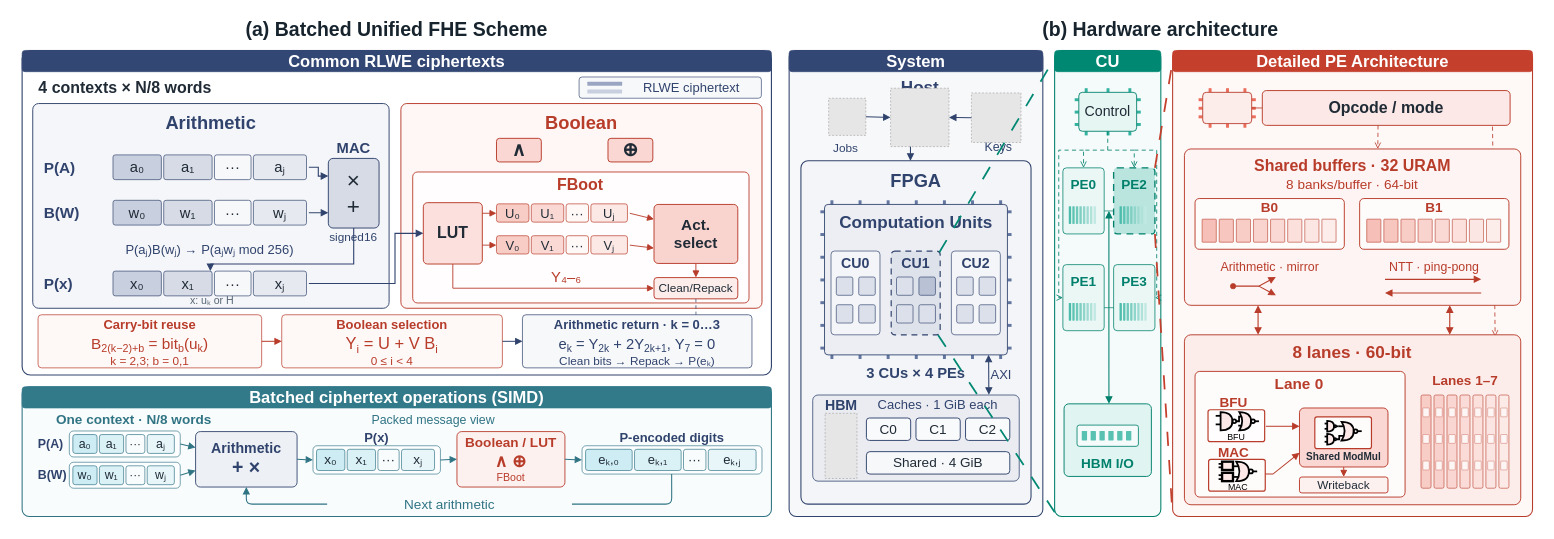
This is all/DAC2026/CONVOY_Fig1.drawio from ZKY6662017/iodraw-files, a draw.io file, before an edit. Source tidied: cells renumbered, new cells numbered last; positions are measured from the earlier drawing's top-left corner, leaving out a move shared by most shapes. Both pictures are drawn from the tidied source at 59%, with x=0, y=0 at pixel (10, 10). Pictures stored in the file or linked from it are replaced by grey dashed boxes.
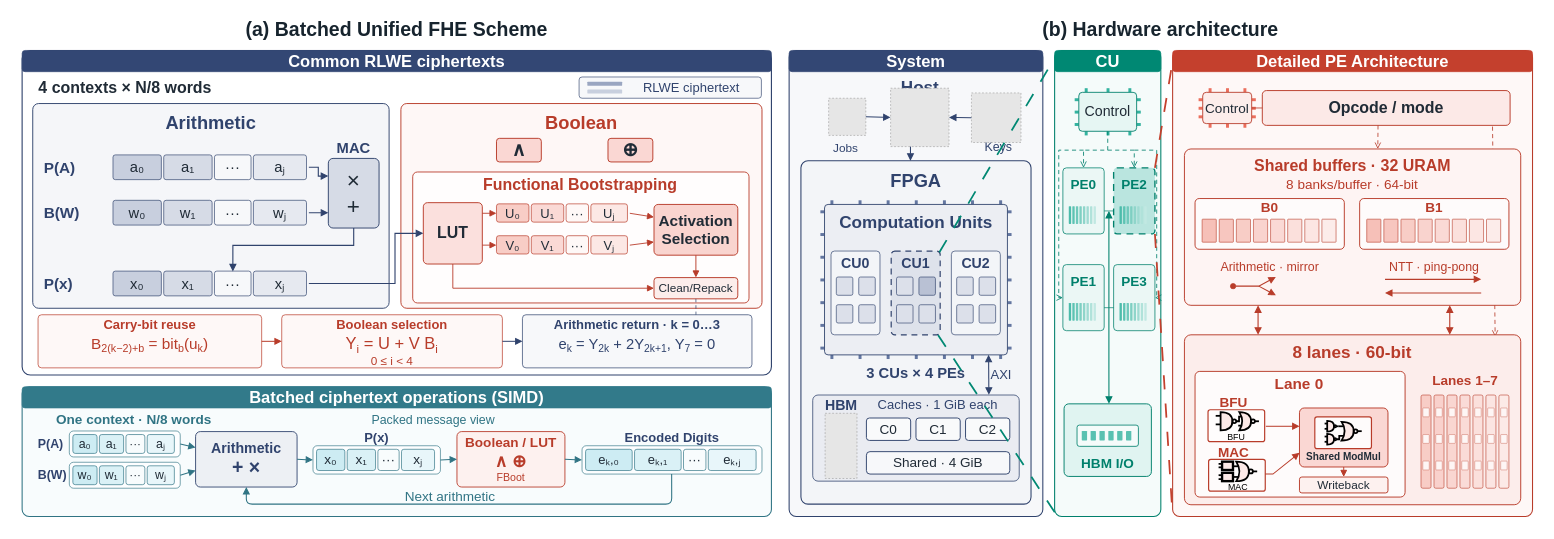
The same page after the edit.

Unchanged cells that the change refers to:
```xml
<mxCell id="22" value="&lt;div style=&quot;font-family:Arial;font-size:38px;line-height:44.839999999999996px;font-weight:400;color:#202B36;white-space:nowrap&quot;&gt;×&lt;/div&gt;&lt;div style=&quot;font-family:Arial;font-size:38px;line-height:44.839999999999996px;font-weight:400;color:#202B36;white-space:nowrap&quot;&gt;+&lt;/div&gt;" style="shape=rectangle;rounded=1;absoluteArcSize=1;arcSize=16;fillColor=#D6DBE6;strokeColor=#30436D;strokeWidth=1.6;html=1;whiteSpace=wrap;fontFamily=Arial;fontSize=23;fontColor=#202B36;align=center;verticalAlign=middle;spacing=0;spacingLeft=5;spacingRight=5;shadow=0;glass=0;gradientColor=none;overflow=visible;" parent="4" vertex="1">
  <mxGeometry x="539" y="251" width="86" height="118" as="geometry" />
</mxCell>
<mxCell id="29" style="shape=rectangle;rounded=0;absoluteArcSize=1;arcSize=0;fillColor=none;strokeColor=none;strokeWidth=1.6;html=1;whiteSpace=wrap;fontFamily=Arial;fontSize=23;fontColor=#202B36;align=center;verticalAlign=middle;spacing=0;spacingLeft=5;spacingRight=5;shadow=0;glass=0;gradientColor=none;overflow=visible;" parent="4" vertex="1">
  <mxGeometry x="174" y="442" width="332" height="42" as="geometry" />
</mxCell>
```

What changed in the source:
```diff
@@
-    <mxCell id="24" value="&lt;div style=&quot;font-family:Arial;font-size:20px;line-height:23.599999999999998px;font-weight:400;color:#30436D;white-space:nowrap&quot;&gt;signed16&lt;/div&gt;" style="shape=rectangle;rounded=0;absoluteArcSize=1;arcSize=0;fillColor=none;strokeColor=none;strokeWidth=0;html=1;whiteSpace=wrap;fontFamily=Arial;fontSize=23;fontColor=#202B36;align=center;verticalAlign=middle;spacing=0;spacingLeft=5;spacingRight=5;shadow=0;glass=0;gradientColor=none;overflow=visible;" parent="4" vertex="1">
+    <mxCell id="24" value="&lt;div style=&quot;font-family: Arial; font-size: 20px; line-height: 23.6px; font-weight: 400; color: rgb(48, 67, 109); white-space: nowrap;&quot;&gt;&lt;br&gt;&lt;/div&gt;" style="shape=rectangle;rounded=0;absoluteArcSize=1;arcSize=0;fillColor=none;strokeColor=none;strokeWidth=0;html=1;whiteSpace=wrap;fontFamily=Arial;fontSize=23;fontColor=#202B36;align=center;verticalAlign=middle;spacing=0;spacingLeft=5;spacingRight=5;shadow=0;glass=0;gradientColor=none;overflow=visible;" parent="4" vertex="1">
       <mxGeometry x="531" y="371" width="101" height="25" as="geometry" />
     </mxCell>
@@
-    <mxCell id="27" value="&lt;div style=&quot;font-family:Arial;font-size:22px;line-height:25.959999999999997px;font-weight:400;color:#30436D;white-space:nowrap&quot;&gt;P(aⱼ)B(wⱼ) → P(aⱼwⱼ mod 256)&lt;/div&gt;" style="shape=rectangle;rounded=0;absoluteArcSize=1;arcSize=0;fillColor=none;strokeColor=none;strokeWidth=0;html=1;whiteSpace=wrap;fontFamily=Arial;fontSize=23;fontColor=#202B36;align=center;verticalAlign=middle;spacing=0;spacingLeft=5;spacingRight=5;shadow=0;glass=0;gradientColor=none;overflow=visible;" parent="4" vertex="1">
+    <mxCell id="27" value="&lt;div style=&quot;font-family: Arial; font-size: 22px; line-height: 25.96px; font-weight: 400; color: rgb(48, 67, 109); white-space: nowrap;&quot;&gt;&lt;br&gt;&lt;/div&gt;" style="shape=rectangle;rounded=0;absoluteArcSize=1;arcSize=0;fillColor=none;strokeColor=none;strokeWidth=0;html=1;whiteSpace=wrap;fontFamily=Arial;fontSize=23;fontColor=#202B36;align=center;verticalAlign=middle;spacing=0;spacingLeft=5;spacingRight=5;shadow=0;glass=0;gradientColor=none;overflow=visible;" parent="4" vertex="1">
       <mxGeometry x="49" y="391" width="578" height="28" as="geometry" />
     </mxCell>
@@
-    <mxCell id="34" value="&lt;div style=&quot;font-family:Arial;font-size:18px;line-height:21.24px;font-weight:400;color:#566574;white-space:nowrap&quot;&gt;x: uₖ or H&lt;/div&gt;" style="shape=rectangle;rounded=0;absoluteArcSize=1;arcSize=0;fillColor=none;strokeColor=none;strokeWidth=0;html=1;whiteSpace=wrap;fontFamily=Arial;fontSize=23;fontColor=#202B36;align=center;verticalAlign=middle;spacing=0;spacingLeft=5;spacingRight=5;shadow=0;glass=0;gradientColor=none;overflow=visible;" parent="4" vertex="1">
+    <mxCell id="34" value="&lt;div style=&quot;font-family: Arial; font-size: 18px; line-height: 21.24px; font-weight: 400; color: rgb(86, 101, 116); white-space: nowrap;&quot;&gt;&lt;br&gt;&lt;/div&gt;" style="shape=rectangle;rounded=0;absoluteArcSize=1;arcSize=0;fillColor=none;strokeColor=none;strokeWidth=0;html=1;whiteSpace=wrap;fontFamily=Arial;fontSize=23;fontColor=#202B36;align=center;verticalAlign=middle;spacing=0;spacingLeft=5;spacingRight=5;shadow=0;glass=0;gradientColor=none;overflow=visible;" parent="4" vertex="1">
       <mxGeometry x="192" y="482" width="300" height="21" as="geometry" />
     </mxCell>
-    <mxCell id="35" style="edgeStyle=none;html=1;rounded=0;curved=0;strokeColor=#30436D;strokeWidth=1.9;endArrow=block;startArrow=none;endFill=1;startFill=1;endSize=8;startSize=8;jumpStyle=none;exitX=0.5;exitY=1;exitPerimeter=0;entryX=0.497;entryY=0;entryPerimeter=0;" parent="4" edge="1" source="22" target="29">
-      <mxGeometry relative="1" as="geometry">
+    <mxCell id="35" style="edgeStyle=none;html=1;rounded=0;curved=0;strokeColor=#30436D;strokeWidth=1.9;endArrow=block;startArrow=none;endFill=1;startFill=1;endSize=8;startSize=8;jumpStyle=none;exitX=0.5;exitY=1;exitPerimeter=0;entryX=0.612;entryY=0.015;entryPerimeter=0;entryDx=0;entryDy=0;" parent="4" edge="1" source="22" target="29">
+      <mxGeometry x="0.21" relative="1" as="geometry">
         <Array as="points">
-          <mxPoint x="582" y="430" />
-          <mxPoint x="339" y="430" />
+          <mxPoint x="582" y="398.4" />
+          <mxPoint x="377.2" y="398.4" />
         </Array>
       </mxGeometry>
     </mxCell>
@@
-    <mxCell id="41" value="&lt;div style=&quot;font-family:Arial;font-size:27px;line-height:31.86px;font-weight:700;color:#B83C2A;white-space:nowrap&quot;&gt;FBoot&lt;/div&gt;" style="shape=rectangle;rounded=0;absoluteArcSize=1;arcSize=0;fillColor=none;strokeColor=none;strokeWidth=0;html=1;whiteSpace=wrap;fontFamily=Arial;fontSize=23;fontColor=#202B36;align=center;verticalAlign=middle;spacing=0;spacingLeft=5;spacingRight=5;shadow=0;glass=0;gradientColor=none;overflow=visible;" parent="4" vertex="1">
+    <mxCell id="41" value="&lt;div style=&quot;font-family: Arial; font-size: 27px; line-height: 31.86px; font-weight: 700; color: rgb(184, 60, 42); white-space: nowrap;&quot;&gt;Functional Bootstrapping&lt;/div&gt;" style="shape=rectangle;rounded=0;absoluteArcSize=1;arcSize=0;fillColor=none;strokeColor=none;strokeWidth=0;html=1;whiteSpace=wrap;fontFamily=Arial;fontSize=23;fontColor=#202B36;align=center;verticalAlign=middle;spacing=0;spacingLeft=5;spacingRight=5;shadow=0;glass=0;gradientColor=none;overflow=visible;" parent="4" vertex="1">
       <mxGeometry x="696" y="281" width="540" height="29" as="geometry" />
     </mxCell>
@@
-    <mxCell id="56" value="&lt;div style=&quot;font-family:Arial;font-size:26px;line-height:30.68px;font-weight:700;color:#202B36;white-space:nowrap&quot;&gt;Act.&lt;/div&gt;&lt;div style=&quot;font-family:Arial;font-size:26px;line-height:30.68px;font-weight:700;color:#202B36;white-space:nowrap&quot;&gt;select&lt;/div&gt;" style="shape=rectangle;rounded=1;absoluteArcSize=1;arcSize=14;fillColor=#F9D4CF;strokeColor=#B83C2A;strokeWidth=1.6;html=1;whiteSpace=wrap;fontFamily=Arial;fontSize=23;fontColor=#202B36;align=center;verticalAlign=middle;spacing=0;spacingLeft=5;spacingRight=5;shadow=0;glass=0;gradientColor=none;overflow=visible;" parent="4" vertex="1">
-      <mxGeometry x="1091" y="329" width="142" height="100" as="geometry" />
+    <mxCell id="56" value="&lt;div style=&quot;font-family: Arial; font-size: 26px; line-height: 30.68px; font-weight: 700; color: rgb(32, 43, 54); white-space: nowrap;&quot;&gt;Activation&lt;/div&gt;&lt;div style=&quot;font-family: Arial; font-size: 26px; line-height: 30.68px; font-weight: 700; color: rgb(32, 43, 54); white-space: nowrap;&quot;&gt;Selection&lt;/div&gt;" style="shape=rectangle;rounded=1;absoluteArcSize=1;arcSize=14;fillColor=#F9D4CF;strokeColor=#B83C2A;strokeWidth=1.6;html=1;whiteSpace=wrap;fontFamily=Arial;fontSize=23;fontColor=#202B36;align=center;verticalAlign=middle;spacing=0;spacingLeft=5;spacingRight=5;shadow=0;glass=0;gradientColor=none;overflow=visible;" parent="4" vertex="1">
+      <mxGeometry x="1091" y="329" width="142" height="86" as="geometry" />
     </mxCell>
@@
-    <mxCell id="62" value="&lt;div style=&quot;font-family:Arial;font-size:25px;line-height:29.5px;font-weight:400;color:#B83C2A;white-space:nowrap&quot;&gt;Y₄–₆&lt;/div&gt;" style="shape=rectangle;rounded=0;absoluteArcSize=1;arcSize=0;fillColor=none;strokeColor=none;strokeWidth=0;html=1;whiteSpace=wrap;fontFamily=Arial;fontSize=23;fontColor=#202B36;align=center;verticalAlign=middle;spacing=0;spacingLeft=5;spacingRight=5;shadow=0;glass=0;gradientColor=none;overflow=visible;" parent="4" vertex="1">
+    <mxCell id="62" value="&lt;div style=&quot;font-family: Arial; font-size: 25px; line-height: 29.5px; font-weight: 400; color: rgb(184, 60, 42); white-space: nowrap;&quot;&gt;&lt;br&gt;&lt;/div&gt;" style="shape=rectangle;rounded=0;absoluteArcSize=1;arcSize=0;fillColor=none;strokeColor=none;strokeWidth=0;html=1;whiteSpace=wrap;fontFamily=Arial;fontSize=23;fontColor=#202B36;align=center;verticalAlign=middle;spacing=0;spacingLeft=5;spacingRight=5;shadow=0;glass=0;gradientColor=none;overflow=visible;" parent="4" vertex="1">
       <mxGeometry x="855" y="437" width="175" height="29" as="geometry" />
     </mxCell>
@@
-    <mxCell id="74" value="&lt;div style=&quot;font-family:Arial;font-size:20px;line-height:23.599999999999998px;font-weight:400;color:#B83C2A;white-space:nowrap&quot;&gt;k = 2,3;  b = 0,1&lt;/div&gt;" style="shape=rectangle;rounded=0;absoluteArcSize=1;arcSize=0;fillColor=none;strokeColor=none;strokeWidth=0;html=1;whiteSpace=wrap;fontFamily=Arial;fontSize=23;fontColor=#202B36;align=center;verticalAlign=middle;spacing=0;spacingLeft=5;spacingRight=5;shadow=0;glass=0;gradientColor=none;overflow=visible;" parent="4" vertex="1">
+    <mxCell id="74" value="&lt;div style=&quot;font-family: Arial; font-size: 20px; line-height: 23.6px; font-weight: 400; color: rgb(184, 60, 42); white-space: nowrap;&quot;&gt;&lt;br&gt;&lt;/div&gt;" style="shape=rectangle;rounded=0;absoluteArcSize=1;arcSize=0;fillColor=none;strokeColor=none;strokeWidth=0;html=1;whiteSpace=wrap;fontFamily=Arial;fontSize=23;fontColor=#202B36;align=center;verticalAlign=middle;spacing=0;spacingLeft=5;spacingRight=5;shadow=0;glass=0;gradientColor=none;overflow=visible;" parent="4" vertex="1">
       <mxGeometry x="59" y="582" width="355" height="23" as="geometry" />
     </mxCell>
@@
-    <mxCell id="78" value="&lt;div style=&quot;font-family:Arial;font-size:20px;line-height:23.599999999999998px;font-weight:400;color:#30436D;white-space:nowrap&quot;&gt;Clean bits → Repack → P(eₖ)&lt;/div&gt;" style="shape=rectangle;rounded=0;absoluteArcSize=1;arcSize=0;fillColor=none;strokeColor=none;strokeWidth=0;html=1;whiteSpace=wrap;fontFamily=Arial;fontSize=23;fontColor=#202B36;align=center;verticalAlign=middle;spacing=0;spacingLeft=5;spacingRight=5;shadow=0;glass=0;gradientColor=none;overflow=visible;" parent="4" vertex="1">
+    <mxCell id="78" value="&lt;div style=&quot;font-family: Arial; font-size: 20px; line-height: 23.6px; font-weight: 400; color: rgb(48, 67, 109); white-space: nowrap;&quot;&gt;&lt;br&gt;&lt;/div&gt;" style="shape=rectangle;rounded=0;absoluteArcSize=1;arcSize=0;fillColor=none;strokeColor=none;strokeWidth=0;html=1;whiteSpace=wrap;fontFamily=Arial;fontSize=23;fontColor=#202B36;align=center;verticalAlign=middle;spacing=0;spacingLeft=5;spacingRight=5;shadow=0;glass=0;gradientColor=none;overflow=visible;" parent="4" vertex="1">
       <mxGeometry x="880" y="582" width="365" height="23" as="geometry" />
     </mxCell>
@@
-    <mxCell id="111" value="&lt;div style=&quot;font-family:Arial;font-size:22px;line-height:25.959999999999997px;font-weight:700;color:#30436D;white-space:nowrap&quot;&gt;P-encoded digits&lt;/div&gt;" style="shape=rectangle;rounded=0;absoluteArcSize=1;arcSize=0;fillColor=none;strokeColor=none;strokeWidth=0;html=1;whiteSpace=wrap;fontFamily=Arial;fontSize=23;fontColor=#202B36;align=center;verticalAlign=middle;spacing=0;spacingLeft=5;spacingRight=5;shadow=0;glass=0;gradientColor=none;overflow=visible;" parent="82" vertex="1">
+    <mxCell id="111" value="&lt;div style=&quot;font-family: Arial; font-size: 22px; line-height: 25.96px; font-weight: 700; color: rgb(48, 67, 109); white-space: nowrap;&quot;&gt;Encoded Digits&lt;/div&gt;" style="shape=rectangle;rounded=0;absoluteArcSize=1;arcSize=0;fillColor=none;strokeColor=none;strokeWidth=0;html=1;whiteSpace=wrap;fontFamily=Arial;fontSize=23;fontColor=#202B36;align=center;verticalAlign=middle;spacing=0;spacingLeft=5;spacingRight=5;shadow=0;glass=0;gradientColor=none;overflow=visible;" parent="82" vertex="1">
       <mxGeometry x="975" y="711" width="293" height="27" as="geometry" />
     </mxCell>
@@
-    <mxCell id="119" value="&lt;div style=&quot;font-family:Arial;font-size:23px;line-height:27.139999999999997px;font-weight:400;color:#307484;white-space:nowrap&quot;&gt;Next arithmetic&lt;/div&gt;" style="shape=rectangle;rounded=0;absoluteArcSize=1;arcSize=0;fillColor=#F8FCFD;strokeColor=none;strokeWidth=0;html=1;whiteSpace=wrap;fontFamily=Arial;fontSize=23;fontColor=#202B36;align=center;verticalAlign=middle;spacing=0;spacingLeft=5;spacingRight=5;shadow=0;glass=0;gradientColor=none;overflow=visible;" parent="82" vertex="1">
-      <mxGeometry x="537" y="823" width="415" height="27" as="geometry" />
+    <mxCell id="119" value="&lt;div style=&quot;font-family:Arial;font-size:23px;line-height:27.139999999999997px;font-weight:400;color:#307484;white-space:nowrap&quot;&gt;Next arithmetic&lt;/div&gt;" style="shape=rectangle;rounded=0;absoluteArcSize=1;arcSize=0;fillColor=none;strokeColor=none;strokeWidth=0;html=1;whiteSpace=wrap;fontFamily=Arial;fontSize=23;fontColor=#202B36;align=center;verticalAlign=middle;spacing=0;spacingLeft=5;spacingRight=5;shadow=0;glass=0;gradientColor=none;overflow=visible;" parent="82" vertex="1">
+      <mxGeometry x="538" y="810" width="415" height="27" as="geometry" />
     </mxCell>
@@
-    <mxCell id="275" value="&lt;div style=&quot;font-family:Arial;font-size:26px;line-height:30.68px;font-weight:400;color:#202B36;white-space:nowrap&quot;&gt;&lt;/div&gt;" style="shape=rectangle;rounded=1;absoluteArcSize=1;arcSize=12;fillColor=#FCEDEB;strokeColor=#B83C2A;strokeWidth=1.5;html=1;whiteSpace=wrap;fontFamily=Arial;fontSize=23;fontColor=#202B36;align=center;verticalAlign=middle;spacing=0;spacingLeft=5;spacingRight=5;shadow=0;glass=0;gradientColor=none;overflow=visible;" parent="260" vertex="1">
+    <mxCell id="275" value="Control&lt;div style=&quot;font-family: Arial; font-size: 26px; line-height: 30.68px; font-weight: 400; color: rgb(32, 43, 54); white-space: nowrap;&quot;&gt;&lt;/div&gt;" style="shape=rectangle;rounded=1;absoluteArcSize=1;arcSize=12;fillColor=#FCEDEB;strokeColor=#B83C2A;strokeWidth=1.5;html=1;whiteSpace=wrap;fontFamily=Arial;fontSize=23;fontColor=#202B36;align=center;verticalAlign=middle;spacing=0;spacingLeft=5;spacingRight=5;shadow=0;glass=0;gradientColor=none;overflow=visible;" parent="260" vertex="1">
       <mxGeometry x="2021" y="139" width="83" height="53" as="geometry" />
     </mxCell>
```
